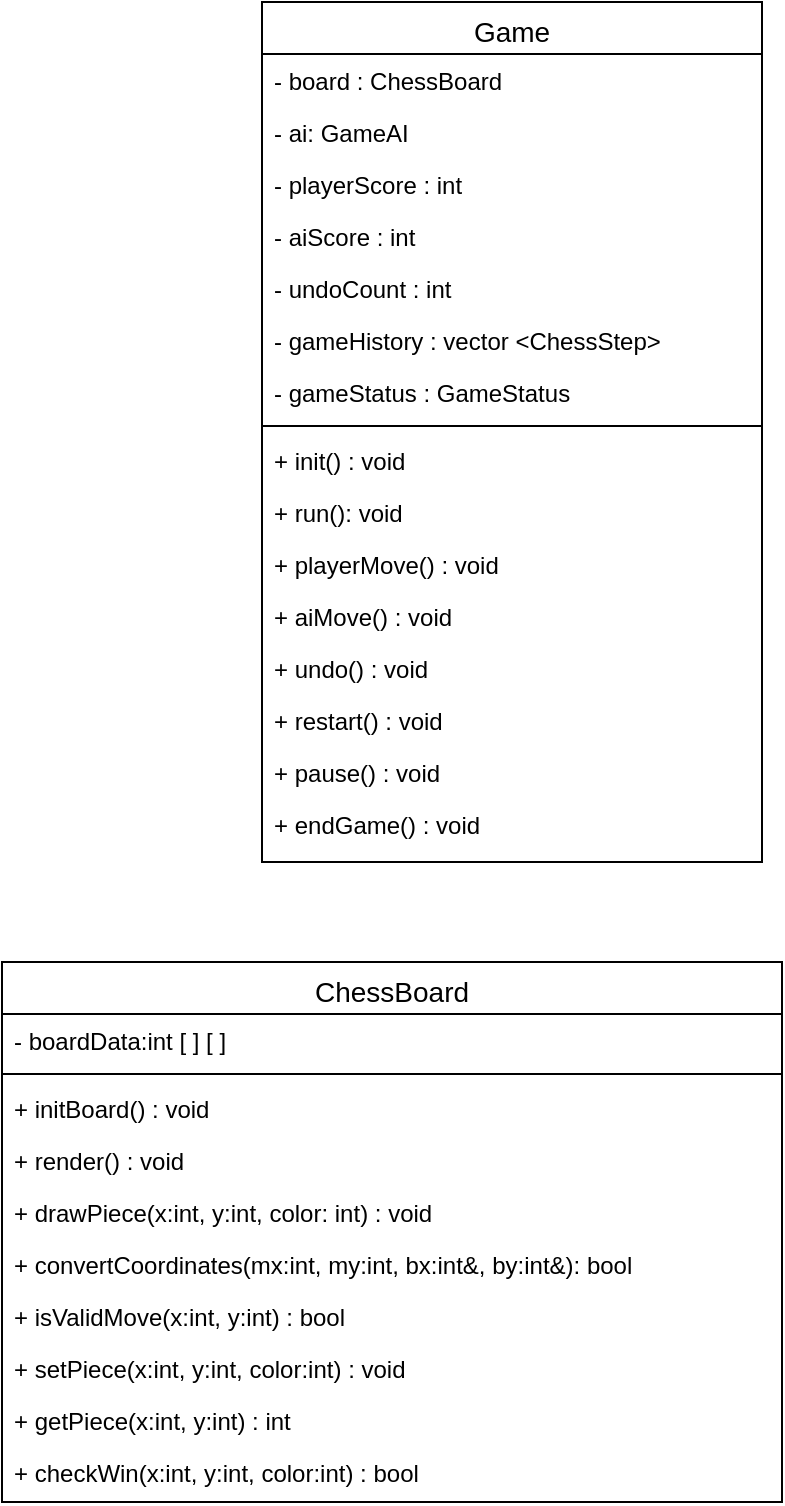
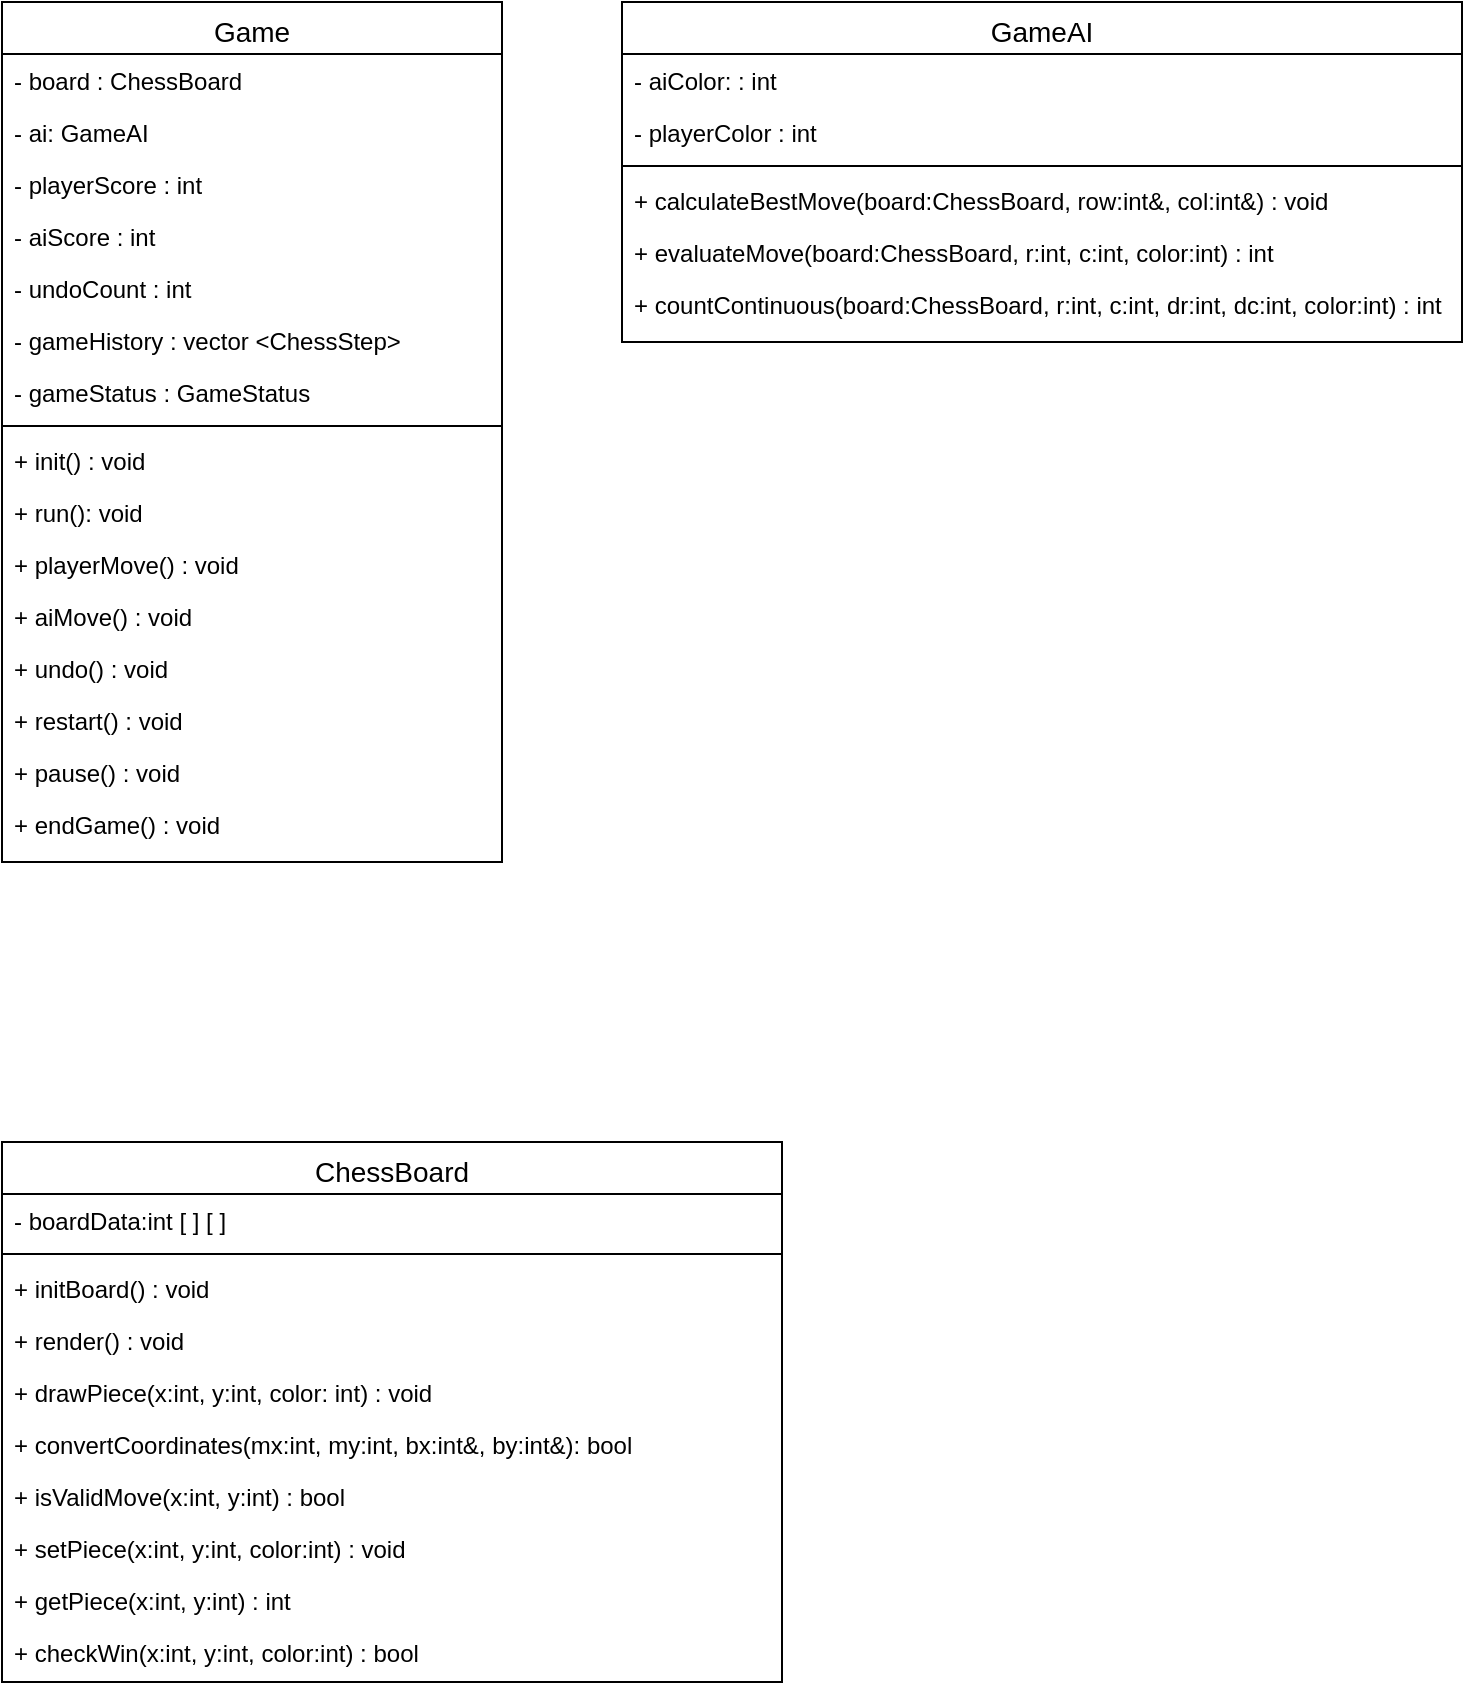
<mxfile host="app.diagrams.net">
  <diagram id="C5RBs43oDa-KdzZeNtuy" name="Page-1">
    <mxGraphModel dx="816" dy="851" grid="1" gridSize="10" guides="1" tooltips="1" connect="1" arrows="1" fold="1" page="1" pageScale="1" pageWidth="827" pageHeight="1169" math="0" shadow="0">
      <root>
        <mxCell id="WIyWlLk6GJQsqaUBKTNV-0" />
        <mxCell id="WIyWlLk6GJQsqaUBKTNV-1" parent="WIyWlLk6GJQsqaUBKTNV-0" />
        <mxCell id="zkfFHV4jXpPFQw0GAbJ--6" parent="WIyWlLk6GJQsqaUBKTNV-1" style="swimlane;fontStyle=0;align=center;verticalAlign=top;childLayout=stackLayout;horizontal=1;startSize=26;horizontalStack=0;resizeParent=1;resizeLast=0;collapsible=1;marginBottom=0;rounded=0;shadow=0;strokeWidth=1;fontSize=14;" value="ChessBoard" vertex="1">
-           <mxGeometry height="270" width="390" x="140" y="530" as="geometry">
+           <mxGeometry height="270" width="390" x="30" y="760" as="geometry">
            <mxRectangle height="26" width="160" x="130" y="380" as="alternateBounds" />
          </mxGeometry>
        </mxCell>
        <mxCell id="zkfFHV4jXpPFQw0GAbJ--7" parent="zkfFHV4jXpPFQw0GAbJ--6" style="text;align=left;verticalAlign=top;spacingLeft=4;spacingRight=4;overflow=hidden;rotatable=0;points=[[0,0.5],[1,0.5]];portConstraint=eastwest;" value="- boardData:int [ ] [ ]" vertex="1">
          <mxGeometry height="26" width="390" y="26" as="geometry" />
        </mxCell>
        <mxCell id="zkfFHV4jXpPFQw0GAbJ--9" parent="zkfFHV4jXpPFQw0GAbJ--6" style="line;html=1;strokeWidth=1;align=left;verticalAlign=middle;spacingTop=-1;spacingLeft=3;spacingRight=3;rotatable=0;labelPosition=right;points=[];portConstraint=eastwest;" value="" vertex="1">
          <mxGeometry height="8" width="390" y="52" as="geometry" />
        </mxCell>
        <mxCell id="zkfFHV4jXpPFQw0GAbJ--11" parent="zkfFHV4jXpPFQw0GAbJ--6" style="text;align=left;verticalAlign=top;spacingLeft=4;spacingRight=4;overflow=hidden;rotatable=0;points=[[0,0.5],[1,0.5]];portConstraint=eastwest;" value="+ initBoard() : void" vertex="1">
          <mxGeometry height="26" width="390" y="60" as="geometry" />
        </mxCell>
        <mxCell id="HBTNYWOR6v0eBRnPvMGi-2" parent="zkfFHV4jXpPFQw0GAbJ--6" style="text;align=left;verticalAlign=top;spacingLeft=4;spacingRight=4;overflow=hidden;rotatable=0;points=[[0,0.5],[1,0.5]];portConstraint=eastwest;" value="+ render() : void" vertex="1">
          <mxGeometry height="26" width="390" y="86" as="geometry" />
        </mxCell>
        <mxCell id="HBTNYWOR6v0eBRnPvMGi-3" parent="zkfFHV4jXpPFQw0GAbJ--6" style="text;align=left;verticalAlign=top;spacingLeft=4;spacingRight=4;overflow=hidden;rotatable=0;points=[[0,0.5],[1,0.5]];portConstraint=eastwest;" value="+ drawPiece(x:int, y:int, color: int) : void" vertex="1">
          <mxGeometry height="26" width="390" y="112" as="geometry" />
        </mxCell>
        <mxCell id="HBTNYWOR6v0eBRnPvMGi-4" parent="zkfFHV4jXpPFQw0GAbJ--6" style="text;align=left;verticalAlign=top;spacingLeft=4;spacingRight=4;overflow=hidden;rotatable=0;points=[[0,0.5],[1,0.5]];portConstraint=eastwest;" value="+ convertCoordinates(mx:int, my:int, bx:int&amp;, by:int&amp;): bool" vertex="1">
          <mxGeometry height="26" width="390" y="138" as="geometry" />
        </mxCell>
        <mxCell id="HBTNYWOR6v0eBRnPvMGi-5" parent="zkfFHV4jXpPFQw0GAbJ--6" style="text;align=left;verticalAlign=top;spacingLeft=4;spacingRight=4;overflow=hidden;rotatable=0;points=[[0,0.5],[1,0.5]];portConstraint=eastwest;" value="+ isValidMove(x:int, y:int) : bool" vertex="1">
          <mxGeometry height="26" width="390" y="164" as="geometry" />
        </mxCell>
        <mxCell id="HBTNYWOR6v0eBRnPvMGi-6" parent="zkfFHV4jXpPFQw0GAbJ--6" style="text;align=left;verticalAlign=top;spacingLeft=4;spacingRight=4;overflow=hidden;rotatable=0;points=[[0,0.5],[1,0.5]];portConstraint=eastwest;" value="+ setPiece(x:int, y:int, color:int) : void" vertex="1">
          <mxGeometry height="26" width="390" y="190" as="geometry" />
        </mxCell>
        <mxCell id="HBTNYWOR6v0eBRnPvMGi-7" parent="zkfFHV4jXpPFQw0GAbJ--6" style="text;align=left;verticalAlign=top;spacingLeft=4;spacingRight=4;overflow=hidden;rotatable=0;points=[[0,0.5],[1,0.5]];portConstraint=eastwest;" value="+ getPiece(x:int, y:int) : int" vertex="1">
          <mxGeometry height="26" width="390" y="216" as="geometry" />
        </mxCell>
        <mxCell id="HBTNYWOR6v0eBRnPvMGi-8" parent="zkfFHV4jXpPFQw0GAbJ--6" style="text;align=left;verticalAlign=top;spacingLeft=4;spacingRight=4;overflow=hidden;rotatable=0;points=[[0,0.5],[1,0.5]];portConstraint=eastwest;" value="+ checkWin(x:int, y:int, color:int) : bool" vertex="1">
          <mxGeometry height="26" width="390" y="242" as="geometry" />
        </mxCell>
        <mxCell id="HBTNYWOR6v0eBRnPvMGi-10" parent="WIyWlLk6GJQsqaUBKTNV-1" style="swimlane;fontStyle=0;align=center;verticalAlign=top;childLayout=stackLayout;horizontal=1;startSize=26;horizontalStack=0;resizeParent=1;resizeLast=0;collapsible=1;marginBottom=0;rounded=0;shadow=0;strokeWidth=1;fontSize=14;" value="Game" vertex="1">
-           <mxGeometry height="430" width="250" x="270" y="50" as="geometry">
+           <mxGeometry height="430" width="250" x="30" y="190" as="geometry">
            <mxRectangle height="26" width="160" x="130" y="380" as="alternateBounds" />
          </mxGeometry>
        </mxCell>
        <mxCell id="HBTNYWOR6v0eBRnPvMGi-21" parent="HBTNYWOR6v0eBRnPvMGi-10" style="text;align=left;verticalAlign=top;spacingLeft=4;spacingRight=4;overflow=hidden;rotatable=0;points=[[0,0.5],[1,0.5]];portConstraint=eastwest;" value="- board : ChessBoard" vertex="1">
          <mxGeometry height="26" width="250" y="26" as="geometry" />
        </mxCell>
        <mxCell id="HBTNYWOR6v0eBRnPvMGi-22" parent="HBTNYWOR6v0eBRnPvMGi-10" style="text;align=left;verticalAlign=top;spacingLeft=4;spacingRight=4;overflow=hidden;rotatable=0;points=[[0,0.5],[1,0.5]];portConstraint=eastwest;" value="- ai: GameAI" vertex="1">
          <mxGeometry height="26" width="250" y="52" as="geometry" />
        </mxCell>
        <mxCell id="HBTNYWOR6v0eBRnPvMGi-23" parent="HBTNYWOR6v0eBRnPvMGi-10" style="text;align=left;verticalAlign=top;spacingLeft=4;spacingRight=4;overflow=hidden;rotatable=0;points=[[0,0.5],[1,0.5]];portConstraint=eastwest;" value="- playerScore : int" vertex="1">
          <mxGeometry height="26" width="250" y="78" as="geometry" />
        </mxCell>
        <mxCell id="HBTNYWOR6v0eBRnPvMGi-24" parent="HBTNYWOR6v0eBRnPvMGi-10" style="text;align=left;verticalAlign=top;spacingLeft=4;spacingRight=4;overflow=hidden;rotatable=0;points=[[0,0.5],[1,0.5]];portConstraint=eastwest;" value="- aiScore : int" vertex="1">
          <mxGeometry height="26" width="250" y="104" as="geometry" />
        </mxCell>
        <mxCell id="HBTNYWOR6v0eBRnPvMGi-25" parent="HBTNYWOR6v0eBRnPvMGi-10" style="text;align=left;verticalAlign=top;spacingLeft=4;spacingRight=4;overflow=hidden;rotatable=0;points=[[0,0.5],[1,0.5]];portConstraint=eastwest;" value="- undoCount : int" vertex="1">
          <mxGeometry height="26" width="250" y="130" as="geometry" />
        </mxCell>
        <mxCell id="HBTNYWOR6v0eBRnPvMGi-26" parent="HBTNYWOR6v0eBRnPvMGi-10" style="text;align=left;verticalAlign=top;spacingLeft=4;spacingRight=4;overflow=hidden;rotatable=0;points=[[0,0.5],[1,0.5]];portConstraint=eastwest;" value="- gameHistory : vector &lt;ChessStep&gt;" vertex="1">
          <mxGeometry height="26" width="250" y="156" as="geometry" />
        </mxCell>
        <mxCell id="HBTNYWOR6v0eBRnPvMGi-27" parent="HBTNYWOR6v0eBRnPvMGi-10" style="text;align=left;verticalAlign=top;spacingLeft=4;spacingRight=4;overflow=hidden;rotatable=0;points=[[0,0.5],[1,0.5]];portConstraint=eastwest;" value="- gameStatus : GameStatus " vertex="1">
          <mxGeometry height="26" width="250" y="182" as="geometry" />
        </mxCell>
        <mxCell id="HBTNYWOR6v0eBRnPvMGi-28" parent="HBTNYWOR6v0eBRnPvMGi-10" style="line;strokeWidth=1;fillColor=none;align=left;verticalAlign=middle;spacingTop=-1;spacingLeft=3;spacingRight=3;rotatable=0;labelPosition=right;points=[];portConstraint=eastwest;strokeColor=inherit;" value="" vertex="1">
          <mxGeometry height="8" width="250" y="208" as="geometry" />
        </mxCell>
        <mxCell id="HBTNYWOR6v0eBRnPvMGi-29" parent="HBTNYWOR6v0eBRnPvMGi-10" style="text;align=left;verticalAlign=top;spacingLeft=4;spacingRight=4;overflow=hidden;rotatable=0;points=[[0,0.5],[1,0.5]];portConstraint=eastwest;" value="+ init() : void" vertex="1">
          <mxGeometry height="26" width="250" y="216" as="geometry" />
        </mxCell>
        <mxCell id="HBTNYWOR6v0eBRnPvMGi-30" parent="HBTNYWOR6v0eBRnPvMGi-10" style="text;align=left;verticalAlign=top;spacingLeft=4;spacingRight=4;overflow=hidden;rotatable=0;points=[[0,0.5],[1,0.5]];portConstraint=eastwest;" value="+ run(): void" vertex="1">
          <mxGeometry height="26" width="250" y="242" as="geometry" />
        </mxCell>
        <mxCell id="HBTNYWOR6v0eBRnPvMGi-31" parent="HBTNYWOR6v0eBRnPvMGi-10" style="text;align=left;verticalAlign=top;spacingLeft=4;spacingRight=4;overflow=hidden;rotatable=0;points=[[0,0.5],[1,0.5]];portConstraint=eastwest;" value="+ playerMove() : void" vertex="1">
          <mxGeometry height="26" width="250" y="268" as="geometry" />
        </mxCell>
        <mxCell id="HBTNYWOR6v0eBRnPvMGi-32" parent="HBTNYWOR6v0eBRnPvMGi-10" style="text;align=left;verticalAlign=top;spacingLeft=4;spacingRight=4;overflow=hidden;rotatable=0;points=[[0,0.5],[1,0.5]];portConstraint=eastwest;" value="+ aiMove() : void" vertex="1">
          <mxGeometry height="26" width="250" y="294" as="geometry" />
        </mxCell>
        <mxCell id="HBTNYWOR6v0eBRnPvMGi-33" parent="HBTNYWOR6v0eBRnPvMGi-10" style="text;align=left;verticalAlign=top;spacingLeft=4;spacingRight=4;overflow=hidden;rotatable=0;points=[[0,0.5],[1,0.5]];portConstraint=eastwest;" value="+ undo() : void" vertex="1">
          <mxGeometry height="26" width="250" y="320" as="geometry" />
        </mxCell>
        <mxCell id="HBTNYWOR6v0eBRnPvMGi-34" parent="HBTNYWOR6v0eBRnPvMGi-10" style="text;align=left;verticalAlign=top;spacingLeft=4;spacingRight=4;overflow=hidden;rotatable=0;points=[[0,0.5],[1,0.5]];portConstraint=eastwest;" value="+ restart() : void" vertex="1">
          <mxGeometry height="26" width="250" y="346" as="geometry" />
        </mxCell>
        <mxCell id="HBTNYWOR6v0eBRnPvMGi-35" parent="HBTNYWOR6v0eBRnPvMGi-10" style="text;align=left;verticalAlign=top;spacingLeft=4;spacingRight=4;overflow=hidden;rotatable=0;points=[[0,0.5],[1,0.5]];portConstraint=eastwest;" value="+ pause() : void" vertex="1">
          <mxGeometry height="26" width="250" y="372" as="geometry" />
        </mxCell>
        <mxCell id="HBTNYWOR6v0eBRnPvMGi-36" parent="HBTNYWOR6v0eBRnPvMGi-10" style="text;align=left;verticalAlign=top;spacingLeft=4;spacingRight=4;overflow=hidden;rotatable=0;points=[[0,0.5],[1,0.5]];portConstraint=eastwest;" value="+ endGame() : void" vertex="1">
          <mxGeometry height="26" width="250" y="398" as="geometry" />
        </mxCell>
+         <mxCell id="HBTNYWOR6v0eBRnPvMGi-37" parent="WIyWlLk6GJQsqaUBKTNV-1" style="swimlane;fontStyle=0;align=center;verticalAlign=top;childLayout=stackLayout;horizontal=1;startSize=26;horizontalStack=0;resizeParent=1;resizeLast=0;collapsible=1;marginBottom=0;rounded=0;shadow=0;strokeWidth=1;fontSize=14;" value="GameAI" vertex="1">
+           <mxGeometry height="170" width="420" x="340" y="190" as="geometry">
+             <mxRectangle height="26" width="160" x="130" y="380" as="alternateBounds" />
+           </mxGeometry>
+         </mxCell>
+         <mxCell id="HBTNYWOR6v0eBRnPvMGi-38" parent="HBTNYWOR6v0eBRnPvMGi-37" style="text;align=left;verticalAlign=top;spacingLeft=4;spacingRight=4;overflow=hidden;rotatable=0;points=[[0,0.5],[1,0.5]];portConstraint=eastwest;" value="- aiColor: : int" vertex="1">
+           <mxGeometry height="26" width="420" y="26" as="geometry" />
+         </mxCell>
+         <mxCell id="HBTNYWOR6v0eBRnPvMGi-39" parent="HBTNYWOR6v0eBRnPvMGi-37" style="text;align=left;verticalAlign=top;spacingLeft=4;spacingRight=4;overflow=hidden;rotatable=0;points=[[0,0.5],[1,0.5]];portConstraint=eastwest;" value="- playerColor : int" vertex="1">
+           <mxGeometry height="26" width="420" y="52" as="geometry" />
+         </mxCell>
+         <mxCell id="HBTNYWOR6v0eBRnPvMGi-45" parent="HBTNYWOR6v0eBRnPvMGi-37" style="line;strokeWidth=1;fillColor=none;align=left;verticalAlign=middle;spacingTop=-1;spacingLeft=3;spacingRight=3;rotatable=0;labelPosition=right;points=[];portConstraint=eastwest;strokeColor=inherit;" value="" vertex="1">
+           <mxGeometry height="8" width="420" y="78" as="geometry" />
+         </mxCell>
+         <mxCell id="HBTNYWOR6v0eBRnPvMGi-47" parent="HBTNYWOR6v0eBRnPvMGi-37" style="text;align=left;verticalAlign=top;spacingLeft=4;spacingRight=4;overflow=hidden;rotatable=0;points=[[0,0.5],[1,0.5]];portConstraint=eastwest;" value="+ calculateBestMove(board:ChessBoard, row:int&amp;, col:int&amp;) : void" vertex="1">
+           <mxGeometry height="26" width="420" y="86" as="geometry" />
+         </mxCell>
+         <mxCell id="HBTNYWOR6v0eBRnPvMGi-48" parent="HBTNYWOR6v0eBRnPvMGi-37" style="text;align=left;verticalAlign=top;spacingLeft=4;spacingRight=4;overflow=hidden;rotatable=0;points=[[0,0.5],[1,0.5]];portConstraint=eastwest;" value="+ evaluateMove(board:ChessBoard, r:int, c:int, color:int) : int" vertex="1">
+           <mxGeometry height="26" width="420" y="112" as="geometry" />
+         </mxCell>
+         <mxCell id="HBTNYWOR6v0eBRnPvMGi-54" parent="HBTNYWOR6v0eBRnPvMGi-37" style="text;align=left;verticalAlign=top;spacingLeft=4;spacingRight=4;overflow=hidden;rotatable=0;points=[[0,0.5],[1,0.5]];portConstraint=eastwest;" value="+ countContinuous(board:ChessBoard, r:int, c:int, dr:int, dc:int, color:int) : int" vertex="1">
+           <mxGeometry height="26" width="420" y="138" as="geometry" />
+         </mxCell>
      </root>
    </mxGraphModel>
  </diagram>
</mxfile>
